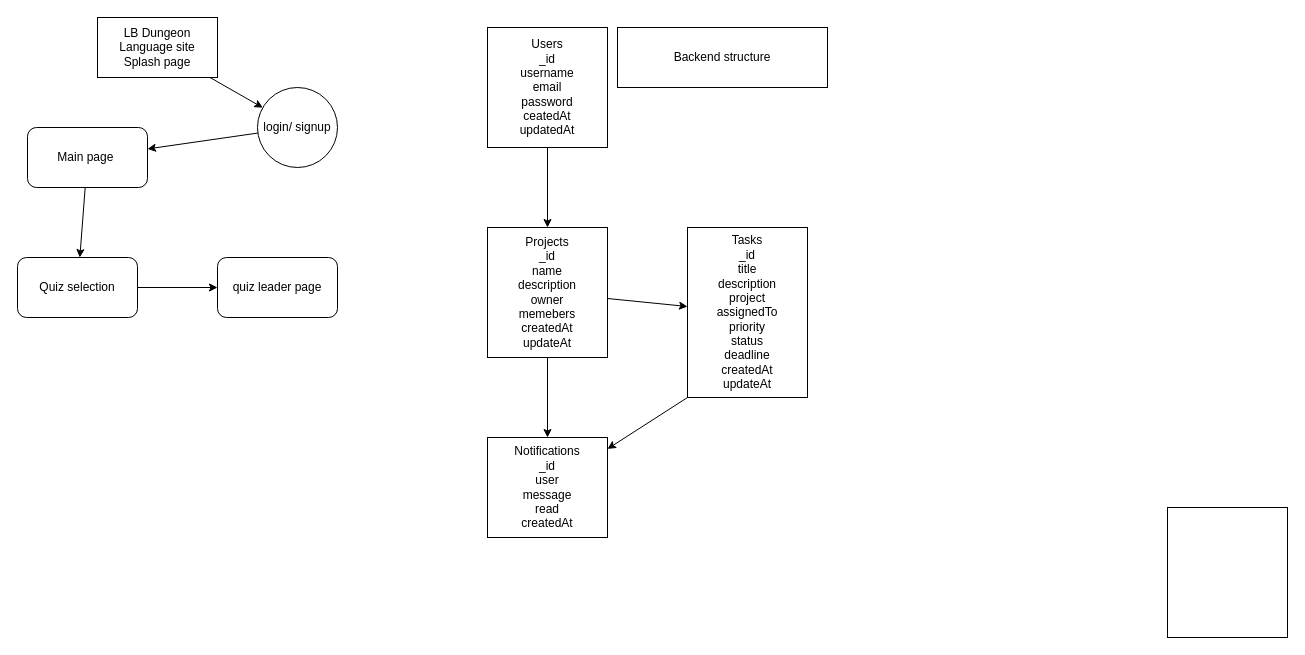
Fitbert/LB-Dungen keeps this draw.io diagram as layout.drawio. Above is the earlier version. Source tidied: cells renumbered, new cells numbered last; positions are measured from the earlier drawing's top-left corner, leaving out a move shared by most shapes. Both pictures are drawn from the tidied source at 100%, with x=0, y=0 at pixel (17, 17).
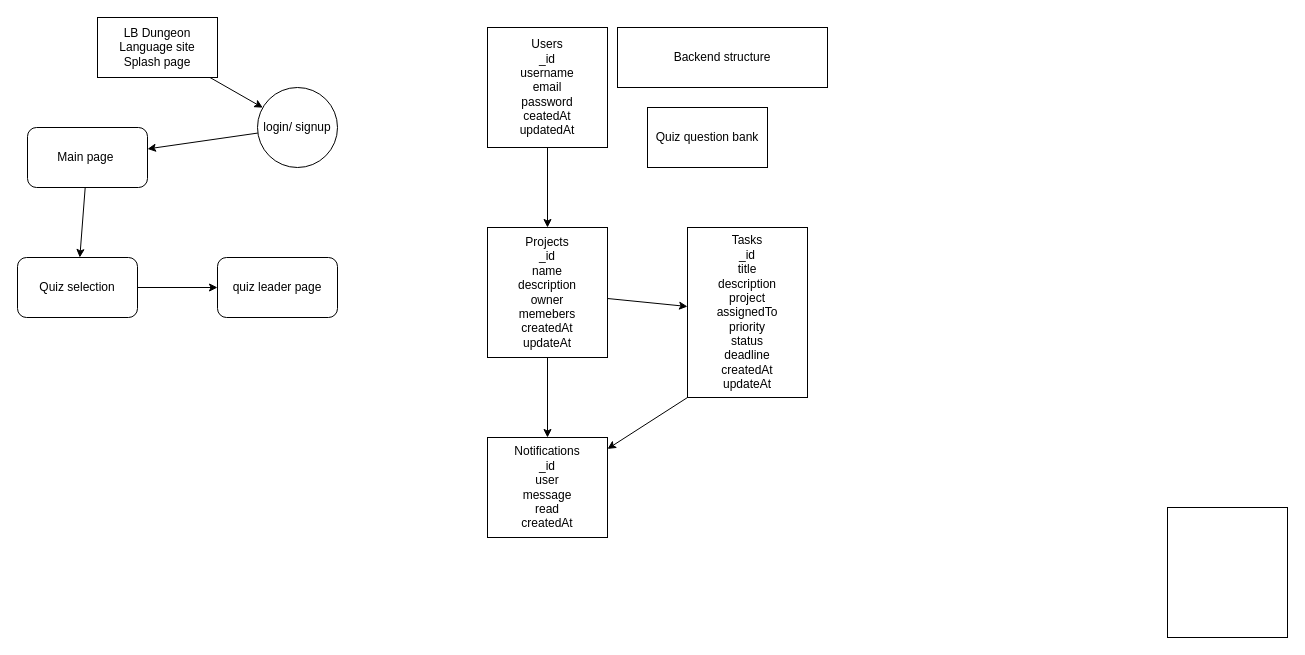
The same page after the edit.

Diff of the diagram source:
```diff
@@
+    <mxCell id="21" value="Quiz question bank" style="whiteSpace=wrap;html=1;" parent="1" vertex="1">
+      <mxGeometry x="630" y="90" width="120" height="60" as="geometry" />
+    </mxCell>
```
